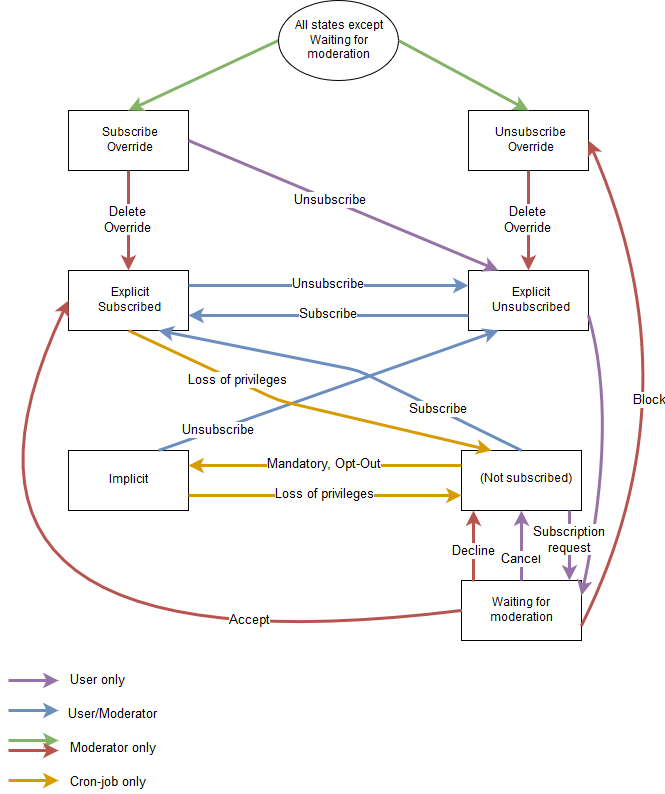
Earlier version of the draw.io export doc/source/SubscriptionStates.png (cde-ev/subman). Source tidied: cells renumbered, new cells last; positions are measured from the earlier drawing's top-left corner, leaving out a move shared by most shapes.
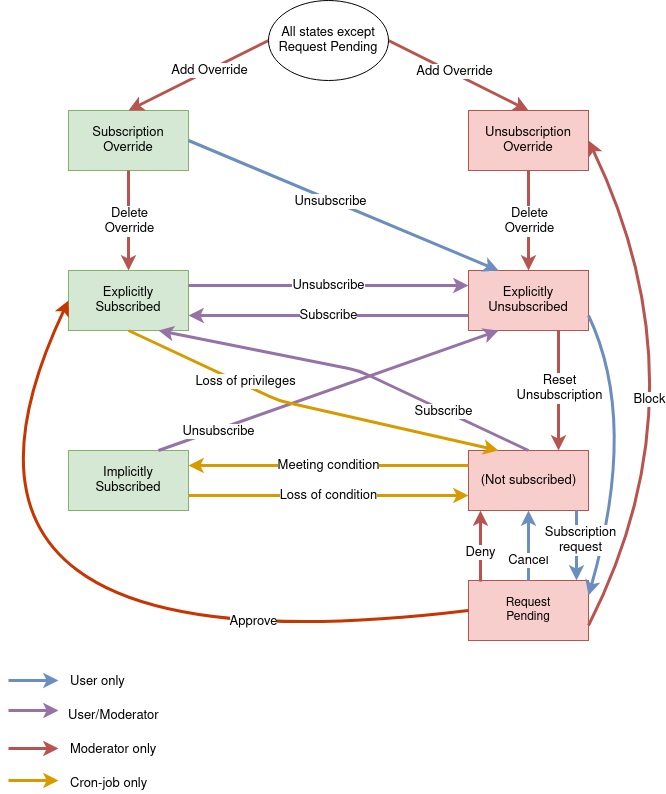
After the change.

Commit message:
doc/ml: Update mailinglist management documentation

This updates the mailinglist management documentation to
quite a multitude of changes which have accumulated without
adjusting the documentation. This inculdes the new action
to reset unsubscriptions as well.

Furthermore, it redoes the wording to match the expressions
we use in our code.

Last but not least, it fixes the same issues in the graph and
improves its design substantially.

Change to the diagram source:
```diff
@@ -2,41 +2,41 @@
   <root>
     <mxCell id="0" />
     <mxCell id="1" parent="0" />
-    <mxCell id="2" value="&lt;div&gt;Subscribe&lt;/div&gt;&lt;div&gt;Override&lt;br&gt;&lt;/div&gt;" style="rounded=0;whiteSpace=wrap;html=1;" parent="1" vertex="1">
+    <mxCell id="2" value="&lt;div style=&quot;font-size: 13px;&quot;&gt;Subscription&lt;/div&gt;&lt;div style=&quot;font-size: 13px;&quot;&gt;Override&lt;br style=&quot;font-size: 13px;&quot;&gt;&lt;/div&gt;" style="rounded=0;whiteSpace=wrap;html=1;fillColor=#d5e8d4;strokeColor=#82b366;fontSize=13;" parent="1" vertex="1">
       <mxGeometry x="240" y="110" width="120" height="60" as="geometry" />
     </mxCell>
-    <mxCell id="3" value="Unsubscribe&lt;br&gt;Override" style="rounded=0;whiteSpace=wrap;html=1;" parent="1" vertex="1">
+    <mxCell id="3" value="Unsubscription&lt;br style=&quot;font-size: 13px;&quot;&gt;Override" style="rounded=0;whiteSpace=wrap;html=1;fillColor=#f8cecc;strokeColor=#b85450;fontSize=13;" parent="1" vertex="1">
       <mxGeometry x="640" y="110" width="120" height="60" as="geometry" />
     </mxCell>
-    <mxCell id="4" value="&lt;div&gt;Explicit&lt;/div&gt;&lt;div&gt;Subscribed&lt;br&gt;&lt;/div&gt;" style="rounded=0;whiteSpace=wrap;html=1;" parent="1" vertex="1">
+    <mxCell id="4" value="&lt;div style=&quot;font-size: 13px&quot;&gt;Explicitly&lt;/div&gt;&lt;div style=&quot;font-size: 13px&quot;&gt;Subscribed&lt;br style=&quot;font-size: 13px&quot;&gt;&lt;/div&gt;" style="rounded=0;whiteSpace=wrap;html=1;fillColor=#d5e8d4;strokeColor=#82b366;fontSize=13;" parent="1" vertex="1">
       <mxGeometry x="240" y="270" width="120" height="60" as="geometry" />
     </mxCell>
-    <mxCell id="5" value="&lt;div&gt;Explicit&lt;/div&gt;&lt;div&gt;Unsubscribed&lt;/div&gt;" style="rounded=0;whiteSpace=wrap;html=1;" parent="1" vertex="1">
+    <mxCell id="5" value="&lt;div style=&quot;font-size: 13px&quot;&gt;Explicitly&lt;/div&gt;&lt;div style=&quot;font-size: 13px&quot;&gt;Unsubscribed&lt;/div&gt;" style="rounded=0;whiteSpace=wrap;html=1;fillColor=#f8cecc;strokeColor=#b85450;fontSize=13;" parent="1" vertex="1">
       <mxGeometry x="640" y="270" width="120" height="60" as="geometry" />
     </mxCell>
-    <mxCell id="6" value="&lt;div&gt;Implicit&lt;/div&gt;" style="rounded=0;whiteSpace=wrap;html=1;" parent="1" vertex="1">
+    <mxCell id="6" value="&lt;div style=&quot;font-size: 13px&quot;&gt;Implicitly&lt;/div&gt;&lt;div style=&quot;font-size: 13px&quot;&gt;Subscribed&lt;br&gt;&lt;/div&gt;" style="rounded=0;whiteSpace=wrap;html=1;fillColor=#d5e8d4;strokeColor=#82b366;fontSize=13;" parent="1" vertex="1">
       <mxGeometry x="240" y="450" width="120" height="60" as="geometry" />
     </mxCell>
-    <mxCell id="7" style="rounded=0;whiteSpace=wrap;html=1;" parent="1" vertex="1">
-      <mxGeometry x="633" y="450" width="120" height="60" as="geometry" />
+    <mxCell id="7" style="rounded=0;whiteSpace=wrap;html=1;fillColor=#f8cecc;strokeColor=#b85450;" parent="1" vertex="1">
+      <mxGeometry x="640" y="450" width="120" height="60" as="geometry" />
     </mxCell>
-    <mxCell id="8" value="&lt;font style=&quot;font-size: 13px&quot;&gt;Mandatory, Opt-Out&lt;/font&gt;" style="endArrow=classic;html=1;exitX=0;exitY=0.25;exitDx=0;exitDy=0;entryX=1;entryY=0.25;entryDx=0;entryDy=0;fillColor=#ffe6cc;strokeColor=#d79b00;strokeWidth=3;fontSize=12;" parent="1" edge="1" source="7" target="6">
+    <mxCell id="8" value="Meeting condition" style="endArrow=classic;html=1;exitX=0;exitY=0.25;exitDx=0;exitDy=0;entryX=1;entryY=0.25;entryDx=0;entryDy=0;fillColor=#ffe6cc;strokeColor=#d79b00;strokeWidth=3;fontSize=13;" parent="1" edge="1" source="7" target="6">
       <mxGeometry relative="1" as="geometry">
         <Array as="points">
           <mxPoint x="490" y="465" />
         </Array>
       </mxGeometry>
     </mxCell>
-    <mxCell id="9" value="&lt;font style=&quot;font-size: 13px&quot;&gt;Loss of privileges&lt;/font&gt;" style="endArrow=classic;html=1;strokeWidth=3;exitX=1;exitY=0.75;exitDx=0;exitDy=0;entryX=0;entryY=0.75;entryDx=0;entryDy=0;fillColor=#ffe6cc;strokeColor=#d79b00;" parent="1" edge="1" source="6" target="7">
+    <mxCell id="9" value="&lt;font style=&quot;font-size: 13px&quot;&gt;Loss of condition&lt;/font&gt;" style="endArrow=classic;html=1;strokeWidth=3;exitX=1;exitY=0.75;exitDx=0;exitDy=0;entryX=0;entryY=0.75;entryDx=0;entryDy=0;fillColor=#ffe6cc;strokeColor=#d79b00;" parent="1" edge="1" source="6" target="7">
       <mxGeometry relative="1" as="geometry" />
     </mxCell>
-    <mxCell id="10" value="&lt;font style=&quot;font-size: 13px&quot;&gt;Unsubscribe&lt;/font&gt;" style="endArrow=classic;html=1;strokeWidth=3;exitX=1;exitY=0.25;exitDx=0;exitDy=0;entryX=0;entryY=0.25;entryDx=0;entryDy=0;fillColor=#dae8fc;strokeColor=#6c8ebf;" parent="1" edge="1" source="4" target="5">
+    <mxCell id="10" value="&lt;font style=&quot;font-size: 13px&quot;&gt;Unsubscribe&lt;/font&gt;" style="endArrow=classic;html=1;strokeWidth=3;exitX=1;exitY=0.25;exitDx=0;exitDy=0;entryX=0;entryY=0.25;entryDx=0;entryDy=0;fillColor=#e1d5e7;strokeColor=#9673a6;" parent="1" edge="1" source="4" target="5">
       <mxGeometry relative="1" as="geometry" />
     </mxCell>
-    <mxCell id="11" value="&lt;div style=&quot;font-size: 13px&quot;&gt;&lt;font style=&quot;font-size: 13px&quot;&gt;Subscribe&lt;/font&gt;&lt;/div&gt;" style="endArrow=classic;html=1;strokeWidth=3;exitX=0;exitY=0.75;exitDx=0;exitDy=0;entryX=1;entryY=0.75;entryDx=0;entryDy=0;fillColor=#dae8fc;strokeColor=#6c8ebf;" parent="1" edge="1" source="5" target="4">
+    <mxCell id="11" value="&lt;div style=&quot;font-size: 13px&quot;&gt;&lt;font style=&quot;font-size: 13px&quot;&gt;Subscribe&lt;/font&gt;&lt;/div&gt;" style="endArrow=classic;html=1;strokeWidth=3;exitX=0;exitY=0.75;exitDx=0;exitDy=0;entryX=1;entryY=0.75;entryDx=0;entryDy=0;fillColor=#e1d5e7;strokeColor=#9673a6;" parent="1" edge="1" source="5" target="4">
       <mxGeometry relative="1" as="geometry" />
     </mxCell>
-    <mxCell id="12" style="endArrow=classic;html=1;strokeWidth=3;entryX=0.25;entryY=1;entryDx=0;entryDy=0;exitX=0.75;exitY=0;exitDx=0;exitDy=0;fillColor=#dae8fc;strokeColor=#6c8ebf;" parent="1" edge="1" source="6" target="5">
+    <mxCell id="12" style="endArrow=classic;html=1;strokeWidth=3;entryX=0.25;entryY=1;entryDx=0;entryDy=0;exitX=0.75;exitY=0;exitDx=0;exitDy=0;fillColor=#e1d5e7;strokeColor=#9673a6;" parent="1" edge="1" source="6" target="5">
       <mxGeometry relative="1" as="geometry" />
     </mxCell>
     <mxCell id="13" value="&lt;font style=&quot;font-size: 13px&quot;&gt;Unsubscribe&lt;/font&gt;" style="text;html=1;align=center;verticalAlign=middle;labelBackgroundColor=#ffffff;rotation=0;direction=west;" parent="12" vertex="1">
@@ -44,7 +44,7 @@
         <mxPoint x="-98" y="38" as="offset" />
       </mxGeometry>
     </mxCell>
-    <mxCell id="14" value="&lt;font style=&quot;font-size: 13px&quot;&gt;Subscribe&lt;/font&gt;" style="endArrow=classic;html=1;strokeWidth=3;exitX=0.5;exitY=0;exitDx=0;exitDy=0;fillColor=#dae8fc;strokeColor=#6c8ebf;entryX=0.75;entryY=1;entryDx=0;entryDy=0;" parent="1" edge="1" source="7" target="4">
+    <mxCell id="14" value="&lt;font style=&quot;font-size: 13px&quot;&gt;Subscribe&lt;/font&gt;" style="endArrow=classic;html=1;strokeWidth=3;exitX=0.5;exitY=0;exitDx=0;exitDy=0;fillColor=#e1d5e7;strokeColor=#9673a6;entryX=0.75;entryY=1;entryDx=0;entryDy=0;" parent="1" edge="1" source="7" target="4">
       <mxGeometry x="-0.52" y="1" relative="1" as="geometry">
         <Array as="points">
           <mxPoint x="530" y="370" />
@@ -70,20 +70,20 @@
         </Array>
       </mxGeometry>
     </mxCell>
-    <mxCell id="18" value="Waiting for moderation" style="rounded=0;whiteSpace=wrap;html=1;" parent="1" vertex="1">
-      <mxGeometry x="633" y="580" width="120" height="60" as="geometry" />
+    <mxCell id="18" value="Request&lt;br&gt;Pending" style="rounded=0;whiteSpace=wrap;html=1;fillColor=#f8cecc;strokeColor=#b85450;" parent="1" vertex="1">
+      <mxGeometry x="640" y="580" width="120" height="60" as="geometry" />
     </mxCell>
-    <mxCell id="19" value="&lt;font style=&quot;font-size: 13px&quot;&gt;Decline&lt;br&gt;&lt;/font&gt;" style="endArrow=classic;html=1;strokeWidth=3;fillColor=#f8cecc;strokeColor=#b85450;entryX=0.1;entryY=1;entryDx=0;entryDy=0;entryPerimeter=0;exitX=0.1;exitY=0.017;exitDx=0;exitDy=0;exitPerimeter=0;" parent="1" edge="1" source="18" target="7">
+    <mxCell id="19" value="&lt;font style=&quot;font-size: 13px&quot;&gt;Deny&lt;/font&gt;" style="endArrow=classic;html=1;strokeWidth=3;fillColor=#f8cecc;strokeColor=#b85450;entryX=0.1;entryY=1;entryDx=0;entryDy=0;entryPerimeter=0;exitX=0.1;exitY=0.017;exitDx=0;exitDy=0;exitPerimeter=0;" parent="1" edge="1" source="18" target="7">
       <mxGeometry x="-0.19" relative="1" as="geometry" />
     </mxCell>
-    <mxCell id="20" style="endArrow=classic;html=1;strokeWidth=3;exitX=0;exitY=0.5;exitDx=0;exitDy=0;entryX=0;entryY=0.5;entryDx=0;entryDy=0;curved=1;fillColor=#f8cecc;strokeColor=#b85450;" parent="1" edge="1" source="18" target="4">
+    <mxCell id="20" style="endArrow=classic;html=1;strokeWidth=3;exitX=0;exitY=0.5;exitDx=0;exitDy=0;entryX=0;entryY=0.5;entryDx=0;entryDy=0;curved=1;fillColor=#fa6800;strokeColor=#C73500;" parent="1" edge="1" source="18" target="4">
       <mxGeometry relative="1" as="geometry">
         <Array as="points">
           <mxPoint x="60" y="680" />
         </Array>
       </mxGeometry>
     </mxCell>
-    <mxCell id="21" value="Accept" style="text;html=1;align=center;verticalAlign=middle;labelBackgroundColor=#ffffff;fontSize=13;" parent="20" vertex="1">
+    <mxCell id="21" value="Approve" style="text;html=1;align=center;verticalAlign=middle;labelBackgroundColor=#ffffff;fontSize=13;" parent="20" vertex="1">
       <mxGeometry x="-0.57" y="-22" relative="1" as="geometry">
         <mxPoint x="2" y="6" as="offset" />
       </mxGeometry>
@@ -91,13 +91,13 @@
     <mxCell id="22" style="endArrow=classic;html=1;strokeWidth=3;fontSize=13;exitX=1;exitY=0.75;exitDx=0;exitDy=0;entryX=1;entryY=0.5;entryDx=0;entryDy=0;curved=1;fillColor=#f8cecc;strokeColor=#b85450;" parent="1" edge="1" source="18" target="3">
       <mxGeometry relative="1" as="geometry">
         <Array as="points">
-          <mxPoint x="870" y="390" />
+          <mxPoint x="880" y="390" />
         </Array>
       </mxGeometry>
     </mxCell>
     <mxCell id="23" value="Block" style="text;html=1;align=center;verticalAlign=middle;labelBackgroundColor=#ffffff;fontSize=13;" parent="22" vertex="1">
       <mxGeometry x="-0.05" y="18" relative="1" as="geometry">
-        <mxPoint x="-30.5" y="11.5" as="offset" />
+        <mxPoint x="-40.5" y="11.5" as="offset" />
       </mxGeometry>
     </mxCell>
     <mxCell id="24" style="endArrow=classic;html=1;strokeWidth=3;fontSize=13;exitX=0.5;exitY=1;exitDx=0;exitDy=0;entryX=0.5;entryY=0;entryDx=0;entryDy=0;fillColor=#f8cecc;strokeColor=#b85450;" parent="1" edge="1" source="2" target="4">
@@ -116,13 +116,18 @@
         <mxPoint y="15" as="offset" />
       </mxGeometry>
     </mxCell>
-    <mxCell id="28" style="endArrow=classic;html=1;strokeWidth=3;fontSize=13;exitX=1;exitY=0.5;exitDx=0;exitDy=0;entryX=0.5;entryY=0;entryDx=0;entryDy=0;fillColor=#d5e8d4;strokeColor=#82b366;" parent="1" edge="1" source="43" target="3">
+    <mxCell id="28" style="endArrow=classic;html=1;strokeWidth=3;fontSize=13;exitX=1;exitY=0.5;exitDx=0;exitDy=0;entryX=0.5;entryY=0;entryDx=0;entryDy=0;fillColor=#f8cecc;strokeColor=#b85450;" parent="1" edge="1" source="43" target="3">
       <mxGeometry relative="1" as="geometry" />
     </mxCell>
-    <mxCell id="29" style="endArrow=classic;html=1;strokeWidth=3;fontSize=13;exitX=0;exitY=0.5;exitDx=0;exitDy=0;entryX=0.5;entryY=0;entryDx=0;entryDy=0;fillColor=#d5e8d4;strokeColor=#82b366;" parent="1" edge="1" source="43" target="2">
+    <mxCell id="29" style="endArrow=classic;html=1;strokeWidth=3;fontSize=13;exitX=0;exitY=0.5;exitDx=0;exitDy=0;entryX=0.5;entryY=0;entryDx=0;entryDy=0;fillColor=#f8cecc;strokeColor=#b85450;" parent="1" edge="1" source="43" target="2">
       <mxGeometry relative="1" as="geometry" />
     </mxCell>
+    <mxCell id="46" value="Add Override" style="edgeLabel;html=1;align=center;verticalAlign=middle;fontSize=13;" parent="29" vertex="1">
+      <mxGeometry x="-0.16" y="-2" relative="1" as="geometry">
+        <mxPoint y="2.2" as="offset" />
+      </mxGeometry>
+    </mxCell>
-    <mxCell id="30" style="endArrow=classic;html=1;strokeWidth=3;fontSize=13;fillColor=#e1d5e7;strokeColor=#9673a6;" parent="1" edge="1">
+    <mxCell id="30" style="endArrow=classic;html=1;strokeWidth=3;fontSize=13;fillColor=#dae8fc;strokeColor=#6c8ebf;" parent="1" edge="1">
       <mxGeometry relative="1" as="geometry">
         <mxPoint x="180" y="680" as="sourcePoint" />
         <mxPoint x="230" y="680" as="targetPoint" />
@@ -131,7 +136,7 @@
     <mxCell id="31" value="User only" style="text;html=1;align=left;verticalAlign=top;spacingTop=-4;fontSize=13;" parent="1" vertex="1">
       <mxGeometry x="240" y="671" width="70" height="20" as="geometry" />
     </mxCell>
-    <mxCell id="32" style="endArrow=classic;html=1;strokeWidth=3;fontSize=13;fillColor=#dae8fc;strokeColor=#6c8ebf;" parent="1" edge="1">
+    <mxCell id="32" style="endArrow=classic;html=1;strokeWidth=3;fontSize=13;fillColor=#e1d5e7;strokeColor=#9673a6;" parent="1" edge="1">
       <mxGeometry relative="1" as="geometry">
         <mxPoint x="180" y="710" as="sourcePoint" />
         <mxPoint x="230" y="710" as="targetPoint" />
@@ -140,22 +145,16 @@
     <mxCell id="33" value="User/Moderator" style="text;html=1;align=left;verticalAlign=top;spacingTop=-4;fontSize=13;" parent="1" vertex="1">
       <mxGeometry x="238" y="705" width="100" height="20" as="geometry" />
     </mxCell>
-    <mxCell id="34" style="endArrow=classic;html=1;strokeWidth=3;fontSize=13;fillColor=#d5e8d4;strokeColor=#82b366;" parent="1" edge="1">
-      <mxGeometry relative="1" as="geometry">
-        <mxPoint x="180" y="740" as="sourcePoint" />
-        <mxPoint x="230" y="740" as="targetPoint" />
-      </mxGeometry>
-    </mxCell>
     <mxCell id="35" style="endArrow=classic;html=1;strokeWidth=3;fontSize=13;fillColor=#f8cecc;strokeColor=#b85450;" parent="1" edge="1">
       <mxGeometry relative="1" as="geometry">
-        <mxPoint x="180" y="750" as="sourcePoint" />
-        <mxPoint x="230" y="750" as="targetPoint" />
+        <mxPoint x="180" y="748" as="sourcePoint" />
+        <mxPoint x="230" y="748" as="targetPoint" />
         <Array as="points">
-          <mxPoint x="200" y="750" />
+          <mxPoint x="200" y="748" />
         </Array>
       </mxGeometry>
     </mxCell>
-    <mxCell id="36" style="endArrow=classic;html=1;strokeWidth=3;fontSize=13;entryX=0.25;entryY=0;entryDx=0;entryDy=0;exitX=1;exitY=0.5;exitDx=0;exitDy=0;fillColor=#e1d5e7;strokeColor=#9673a6;" parent="1" edge="1" source="2" target="5">
+    <mxCell id="36" style="endArrow=classic;html=1;strokeWidth=3;fontSize=13;entryX=0.25;entryY=0;entryDx=0;entryDy=0;exitX=1;exitY=0.5;exitDx=0;exitDy=0;fillColor=#dae8fc;strokeColor=#6c8ebf;" parent="1" edge="1" source="2" target="5">
       <mxGeometry relative="1" as="geometry" />
     </mxCell>
     <mxCell id="37" value="Unsubscribe" style="text;html=1;align=center;verticalAlign=middle;labelBackgroundColor=#ffffff;fontSize=13;" parent="36" vertex="1">
@@ -175,24 +174,35 @@
     <mxCell id="40" value="Cron-job only" style="text;html=1;align=left;verticalAlign=top;spacingTop=-4;fontSize=13;" parent="1" vertex="1">
       <mxGeometry x="240" y="773" width="90" height="20" as="geometry" />
     </mxCell>
-    <mxCell id="41" value="Cancel" style="endArrow=classic;html=1;strokeWidth=3;fontSize=13;entryX=0.5;entryY=1;entryDx=0;entryDy=0;exitX=0.5;exitY=0;exitDx=0;exitDy=0;fillColor=#e1d5e7;strokeColor=#9673a6;" parent="1" edge="1" source="18" target="7">
+    <mxCell id="41" value="Cancel" style="endArrow=classic;html=1;strokeWidth=3;fontSize=13;entryX=0.5;entryY=1;entryDx=0;entryDy=0;exitX=0.5;exitY=0;exitDx=0;exitDy=0;fillColor=#dae8fc;strokeColor=#6c8ebf;" parent="1" edge="1" source="18" target="7">
       <mxGeometry x="-0.43" relative="1" as="geometry" />
     </mxCell>
-    <mxCell id="42" value="(Not subscribed)" style="text;html=1;align=left;verticalAlign=top;spacingTop=-4;fontSize=12;" parent="1" vertex="1">
-      <mxGeometry x="650" y="470" width="100" height="20" as="geometry" />
+    <mxCell id="42" value="(Not subscribed)" style="text;html=1;align=center;verticalAlign=top;spacingTop=-4;fontSize=13;" parent="1" vertex="1">
+      <mxGeometry x="645" y="470" width="110" height="20" as="geometry" />
     </mxCell>
-    <mxCell id="43" value="&lt;div&gt;All states except&lt;/div&gt;&lt;div&gt;Waiting for&lt;/div&gt;&lt;div&gt;moderation&lt;br&gt;&lt;/div&gt;" style="ellipse;whiteSpace=wrap;html=1;rounded=0;fontSize=12;" parent="1" vertex="1">
-      <mxGeometry x="450" width="120" height="80" as="geometry" />
+    <mxCell id="43" value="&lt;div style=&quot;font-size: 13px&quot;&gt;All states except&lt;/div&gt;Request Pending" style="ellipse;whiteSpace=wrap;html=1;rounded=0;fontSize=13;" parent="1" vertex="1">
+      <mxGeometry x="440" width="120" height="80" as="geometry" />
     </mxCell>
-    <mxCell id="44" style="endArrow=classic;html=1;exitX=1;exitY=0.75;exitDx=0;exitDy=0;strokeWidth=3;entryX=1;entryY=0.25;entryDx=0;entryDy=0;fillColor=#e1d5e7;strokeColor=#9673a6;curved=1;" parent="1" edge="1" source="5" target="18">
+    <mxCell id="44" style="endArrow=classic;html=1;exitX=1;exitY=0.75;exitDx=0;exitDy=0;strokeWidth=3;entryX=1;entryY=0.25;entryDx=0;entryDy=0;fillColor=#dae8fc;strokeColor=#6c8ebf;curved=1;" parent="1" edge="1" source="5" target="18">
       <mxGeometry relative="1" as="geometry">
         <Array as="points">
-          <mxPoint x="790" y="420" />
+          <mxPoint x="810" y="420" />
         </Array>
       </mxGeometry>
     </mxCell>
-    <mxCell id="45" value="&lt;font style=&quot;font-size: 13px&quot;&gt;Subscription&lt;br&gt;request&lt;/font&gt;" style="endArrow=classic;html=1;strokeWidth=3;entryX=0.9;entryY=0;entryDx=0;entryDy=0;fillColor=#e1d5e7;strokeColor=#9673a6;exitX=0.9;exitY=1;exitDx=0;exitDy=0;exitPerimeter=0;entryPerimeter=0;" parent="1" edge="1" source="7" target="18">
+    <mxCell id="45" value="&lt;font style=&quot;font-size: 13px&quot;&gt;Subscription&lt;br&gt;request&lt;/font&gt;" style="endArrow=classic;html=1;strokeWidth=3;entryX=0.9;entryY=0;entryDx=0;entryDy=0;fillColor=#dae8fc;strokeColor=#6c8ebf;exitX=0.9;exitY=1;exitDx=0;exitDy=0;exitPerimeter=0;entryPerimeter=0;spacingRight=-7;" parent="1" edge="1" source="7" target="18">
       <mxGeometry x="-0.14" relative="1" as="geometry" />
     </mxCell>
+    <mxCell id="47" style="endArrow=classic;html=1;strokeWidth=3;fontSize=13;exitX=0.75;exitY=1;exitDx=0;exitDy=0;entryX=0.75;entryY=0;entryDx=0;entryDy=0;fillColor=#f8cecc;strokeColor=#b85450;" parent="1" edge="1" source="5" target="7">
+      <mxGeometry relative="1" as="geometry" />
+    </mxCell>
+    <mxCell id="48" value="Reset&lt;br&gt;Unsubscription" style="text;html=1;align=center;verticalAlign=middle;labelBackgroundColor=#ffffff;fontSize=13;" parent="47" vertex="1">
+      <mxGeometry x="-0.3" relative="1" as="geometry">
+        <mxPoint y="15" as="offset" />
+      </mxGeometry>
+    </mxCell>
+    <mxCell id="49" value="Add Override" style="edgeLabel;html=1;align=center;verticalAlign=middle;fontSize=13;" parent="1" vertex="1">
+      <mxGeometry x="625" y="70" as="geometry" />
+    </mxCell>
   </root>
 </mxGraphModel>
```
